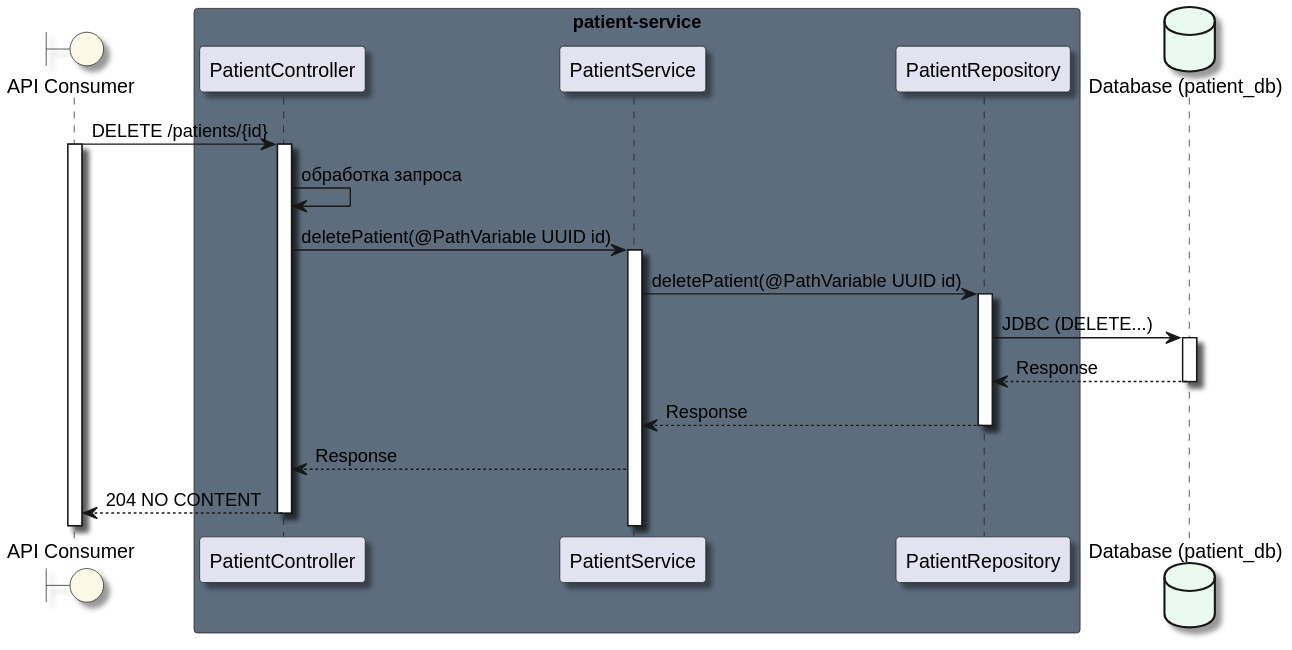
This is Docs/As-is/Diagrams/DELETE.patients.id.svg from ni1a207/Healthcare-System, a PlantUML export, as it was before one commit.
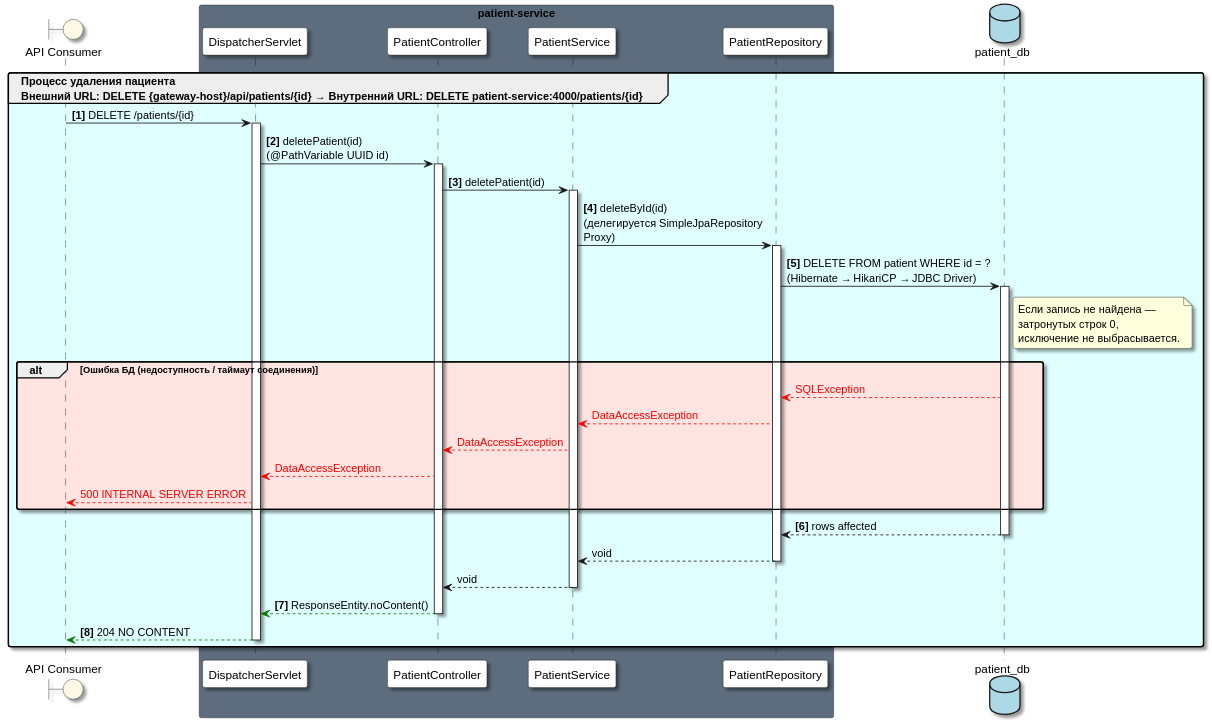
After the commit.

Change to the diagram source:
```diff
@@ -3,31 +3,46 @@
 skinparam RoundCorner 5
 skinparam MaxMessageSize 250
 
-boundary "API Consumer" as ac #FEF9E7
+boundary "API Consumer" as AC #FEF9E7
 
 box "patient-service" #5D6D7E
-    participant "PatientController" as pc
-    participant "PatientService" as ps
-    participant "PatientRepository" as pr
+    participant "DispatcherServlet" as DS #White
+    participant "PatientController" as Ctrl #White
+    participant "PatientService" as Service #White
+    participant "PatientRepository" as Repo #White
 end box
 
-database "Database (patient_db)" as db #EAFAF1
+database "patient_db" as DB #LightBlue
 
+group #LightCyan Процесс удаления пациента\nВнешний URL: DELETE {gateway-host}/api/patients/{id} → Внутренний URL: DELETE patient-service:4000/patients/{id}
 
-ac->pc++: DELETE /patients/{id}
-ac++
-pc->pc: обработка запроса
-pc->ps: deletePatient(@PathVariable UUID id)
-ps++
-ps->pr: deletePatient(@PathVariable UUID id)
-pr++
+    AC -> DS ++: **[1]** DELETE /patients/{id}
 
-pr->db++: JDBC (DELETE...)
-db-->pr: Response
-db--
-pr-->ps: Response
-pr--
-ps-->pc: Response
-pc-->ac:204 NO CONTENT
-pc--
+    DS -> Ctrl ++: **[2]** deletePatient(id)\n(@PathVariable UUID id)
+
+    Ctrl -> Service ++: **[3]** deletePatient(id)
+
+    Service -> Repo ++: **[4]** deleteById(id)\n(делегируется SimpleJpaRepository Proxy)
+
+    Repo -> DB ++: **[5]** DELETE FROM patient WHERE id = ?\n(Hibernate → HikariCP → JDBC Driver)
+
+    note right of DB: Если запись не найдена —\nзатронутых строк 0,\nисключение не выбрасывается.
+
+    alt #MistyRose Ошибка БД (недоступность / таймаут соединения)
+        DB --[#red]> Repo: <color:#red>SQLException</color>
+        Repo --[#red]> Service: <color:#red>DataAccessException</color>
+        Service --[#red]> Ctrl: <color:#red>DataAccessException</color>
+        Ctrl --[#red]> DS: <color:#red>DataAccessException</color>
+        DS --[#red]> AC: <color:#red>500 INTERNAL SERVER ERROR</color>
+    end
+
+    DB --> Repo --: **[6]** rows affected
+
+    Repo --> Service --: void
+    Service --> Ctrl --: void
+
+    Ctrl --[#green]> DS --: **[7]** ResponseEntity.noContent()
+    DS --[#green]> AC --: **[8]** 204 NO CONTENT
+
+end
 @enduml
```
